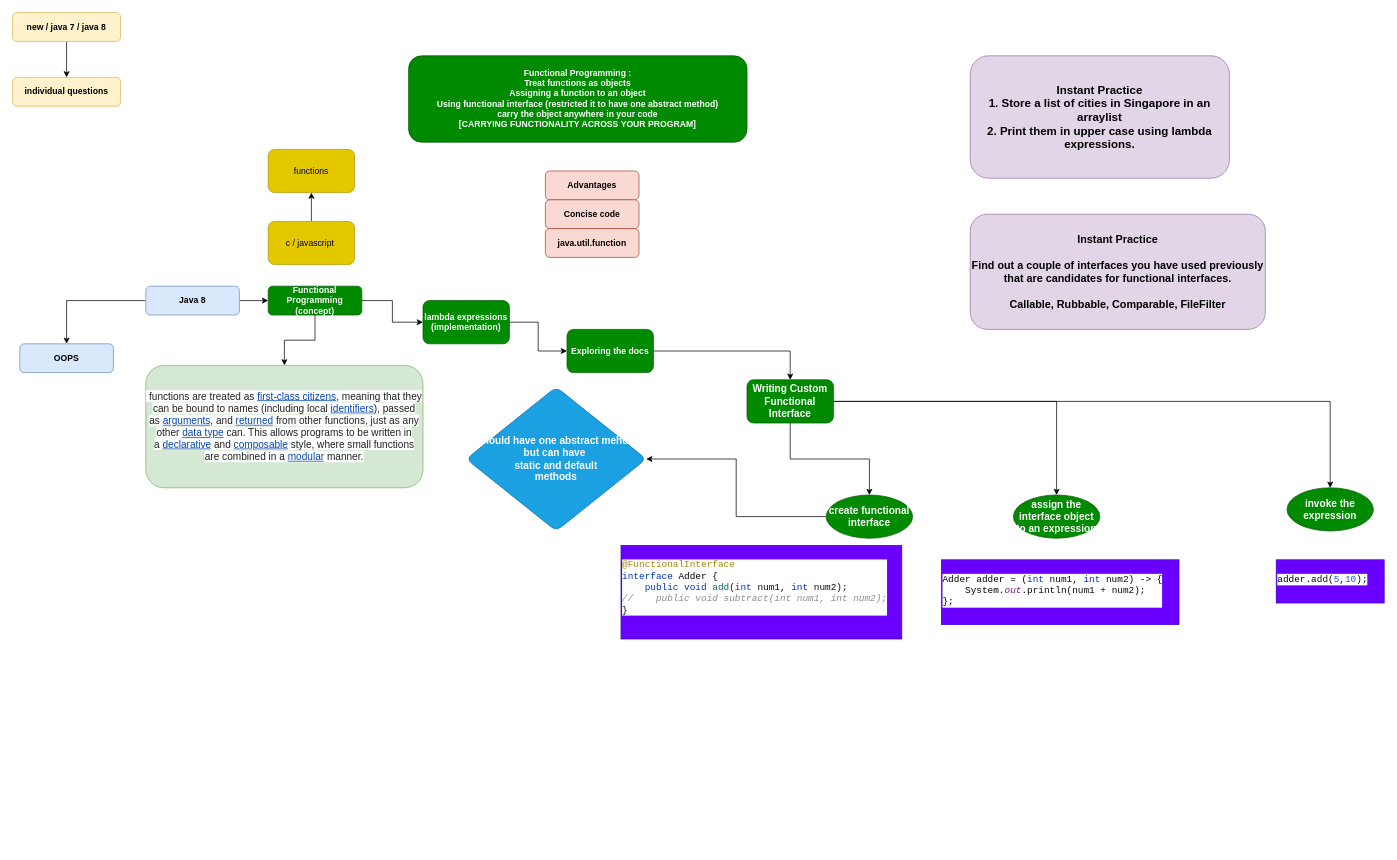
This is page "Page-1" (1 of 2) of day1.drawio from nathub071122/natGIT, a draw.io file, before an edit. Source tidied: cells renumbered, new cells numbered last; positions are measured from the earlier drawing's top-left corner, leaving out a move shared by most shapes. Both pictures are drawn from the tidied source at 72%, with x=0, y=0 at pixel (12, 12).
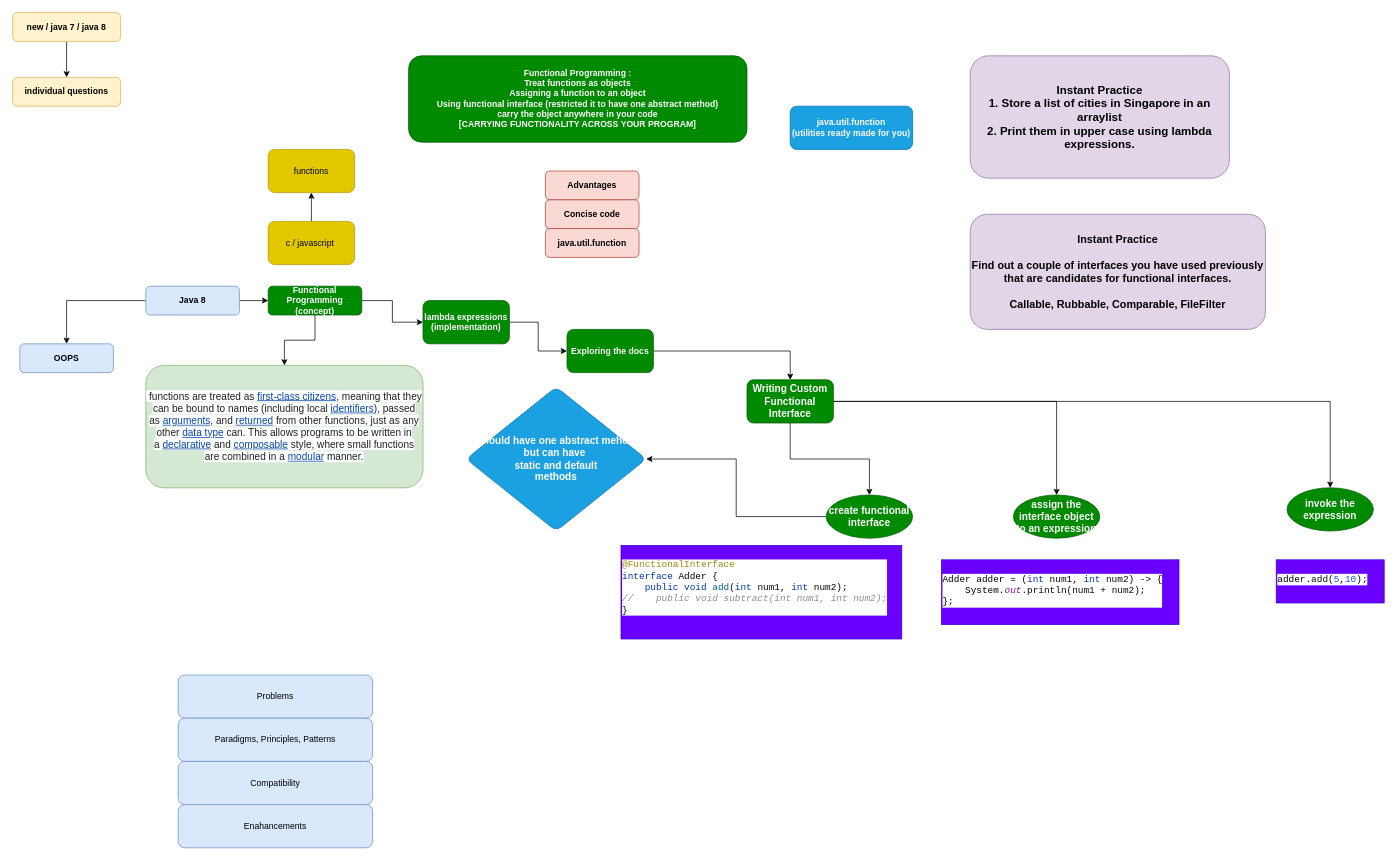
The same diagram, later.

Change to the diagram source:
```diff
@@
+    <mxCell id="38" value="Problems" style="rounded=1;whiteSpace=wrap;html=1;fillColor=#dae8fc;strokeColor=#6c8ebf;" parent="1" vertex="1">
+      <mxGeometry x="230" y="920" width="270" height="60" as="geometry" />
+    </mxCell>
+    <mxCell id="39" value="Paradigms, Principles, Patterns" style="rounded=1;whiteSpace=wrap;html=1;fillColor=#dae8fc;strokeColor=#6c8ebf;" parent="1" vertex="1">
+      <mxGeometry x="230" y="980" width="270" height="60" as="geometry" />
+    </mxCell>
+    <mxCell id="40" value="Compatibility" style="rounded=1;whiteSpace=wrap;html=1;fillColor=#dae8fc;strokeColor=#6c8ebf;" parent="1" vertex="1">
+      <mxGeometry x="230" y="1040" width="270" height="60" as="geometry" />
+    </mxCell>
+    <mxCell id="41" value="Enahancements" style="rounded=1;whiteSpace=wrap;html=1;fillColor=#dae8fc;strokeColor=#6c8ebf;" parent="1" vertex="1">
+      <mxGeometry x="230" y="1100" width="270" height="60" as="geometry" />
+    </mxCell>
+    <mxCell id="42" value="java.util.function&lt;br&gt;(utilities ready made for you)" style="rounded=1;whiteSpace=wrap;html=1;fillColor=#1ba1e2;strokeColor=#006EAF;fontStyle=1;verticalAlign=middle;fontColor=#ffffff;" parent="1" vertex="1">
+      <mxGeometry x="1080" y="130" width="170" height="60" as="geometry" />
+    </mxCell>
```
